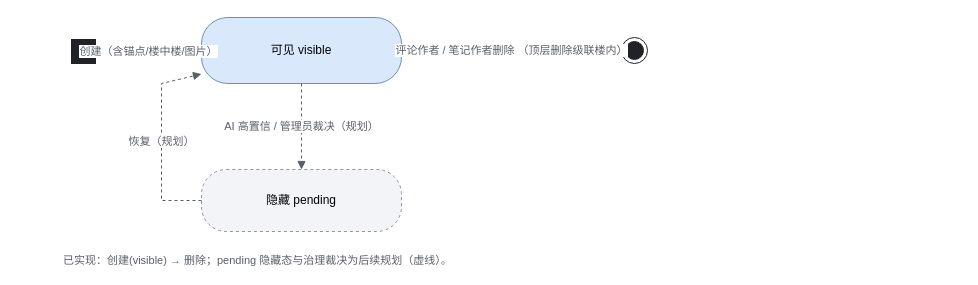
Above: docs/coursework/figures/ch6-fig12-state-comment.drawio in XjuSelab/xju-feiyue (draw.io), before the change. Source tidied: cells renumbered, new cells numbered last; positions are measured from the earlier drawing's top-left corner, leaving out a move shared by most shapes. Both pictures are drawn from the tidied source at 100%, with x=0, y=0 at pixel (61, 17).
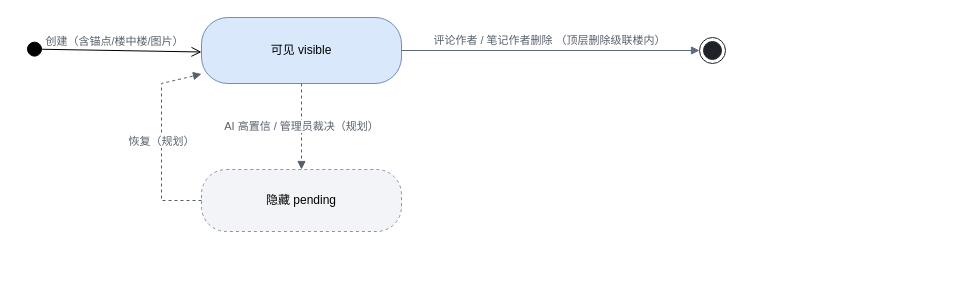
The same page after the edit.

Diff of the diagram source:
```diff
@@
 <mxGraphModel>
   <root>
     <mxCell id="0" />
     <mxCell id="1" parent="0" />
-    <mxCell id="2" style="ellipse=;html=1;fillColor=#1f2328;strokeColor=#1f2328;" parent="1" vertex="1">
-      <mxGeometry x="10" y="22" width="24" height="24" as="geometry" />
-    </mxCell>
     <mxCell id="3" value="可见 visible" style="whiteSpace=wrap;html=1;fontFamily=SimSun;fontSize=12;fillColor=#dae8fc;strokeColor=#6c8ebf;rounded=1;arcSize=40;" parent="1" vertex="1">
       <mxGeometry x="140" width="200" height="66" as="geometry" />
     </mxCell>
     <mxCell id="4" style="ellipse=;shape=endState;html=1;fillColor=#1f2328;strokeColor=#1f2328;" parent="1" vertex="1">
-      <mxGeometry x="560" y="20" width="26" height="26" as="geometry" />
+      <mxGeometry x="638" y="20" width="26" height="26" as="geometry" />
     </mxCell>
     <mxCell id="5" value="隐藏 pending" style="whiteSpace=wrap;html=1;fontFamily=SimSun;fontSize=12;fillColor=#f2f4f7;strokeColor=#8a94a6;dashed=1;rounded=1;arcSize=40;" parent="1" vertex="1">
       <mxGeometry x="140" y="152" width="200" height="62" as="geometry" />
     </mxCell>
-    <mxCell id="6" value="已实现：创建(visible) → 删除；pending 隐藏态与治理裁决为后续规划（虚线）。" style="text=;html=1;strokeColor=none;fillColor=none;align=left;verticalAlign=top;fontFamily=SimSun;fontSize=11;fontColor=#57606a;fontStyle=0;" parent="1" vertex="1">
-      <mxGeometry y="230" width="900" height="20" as="geometry" />
-    </mxCell>
-    <mxCell id="7" value="创建（含锚点/楼中楼/图片）" style="html=1;rounded=0;endArrow=block;endFill=1;strokeColor=#5b6b7b;fontFamily=SimSun;fontSize=11;fontColor=#57606a;" parent="1" edge="1" source="2" target="3">
-      <mxGeometry relative="1" as="geometry" />
-    </mxCell>
     <mxCell id="8" value="评论作者 / 笔记作者删除 （顶层删除级联楼内）" style="html=1;rounded=0;endArrow=block;endFill=1;strokeColor=#5b6b7b;fontFamily=SimSun;fontSize=11;fontColor=#57606a;" parent="1" edge="1" source="3" target="4">
-      <mxGeometry relative="1" as="geometry" />
+      <mxGeometry x="-0.01" y="10" relative="1" as="geometry" />
     </mxCell>
     <mxCell id="9" value="AI 高置信 / 管理员裁决（规划）" style="html=1;rounded=0;endArrow=block;endFill=1;strokeColor=#57606a;fontFamily=SimSun;fontSize=11;fontColor=#57606a;dashed=1;" parent="1" edge="1" source="3" target="5">
       <mxGeometry relative="1" as="geometry" />
     </mxCell>
     <mxCell id="10" value="恢复（规划）" style="html=1;rounded=0;endArrow=block;endFill=1;strokeColor=#57606a;fontFamily=SimSun;fontSize=11;fontColor=#57606a;dashed=1;" parent="1" edge="1" source="5" target="3">
       <mxGeometry relative="1" as="geometry">
         <Array as="points">
           <mxPoint x="100" y="183" />
           <mxPoint x="100" y="66" />
         </Array>
       </mxGeometry>
     </mxCell>
+    <mxCell id="7" value="&lt;span style=&quot;color: rgb(87, 96, 106); font-family: SimSun;&quot;&gt;创建（含锚点/楼中楼/图片）&lt;/span&gt;" style="html=1;verticalAlign=bottom;startArrow=circle;startFill=1;endArrow=open;startSize=6;endSize=8;curved=0;rounded=0;" parent="1" edge="1">
+      <mxGeometry relative="1" as="geometry">
+        <mxPoint x="-35" y="31.5" as="sourcePoint" />
+        <mxPoint x="140" y="34.5" as="targetPoint" />
+      </mxGeometry>
+    </mxCell>
   </root>
 </mxGraphModel>
```
